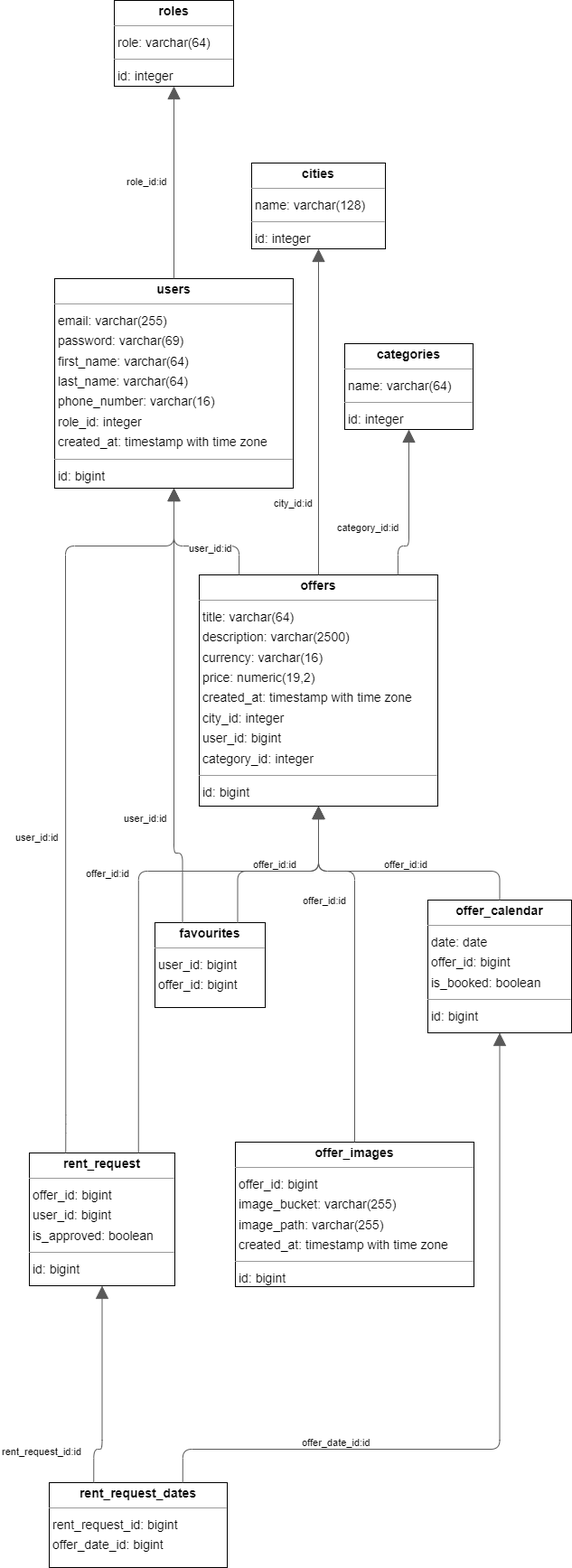
The draw.io diagram documentation/diagrams/DB.drawio.png in IgorPustylnik/TP-9.1, before a commit. Source tidied: cells renumbered, new cells last; positions are measured from the earlier drawing's top-left corner, leaving out a move shared by most shapes.
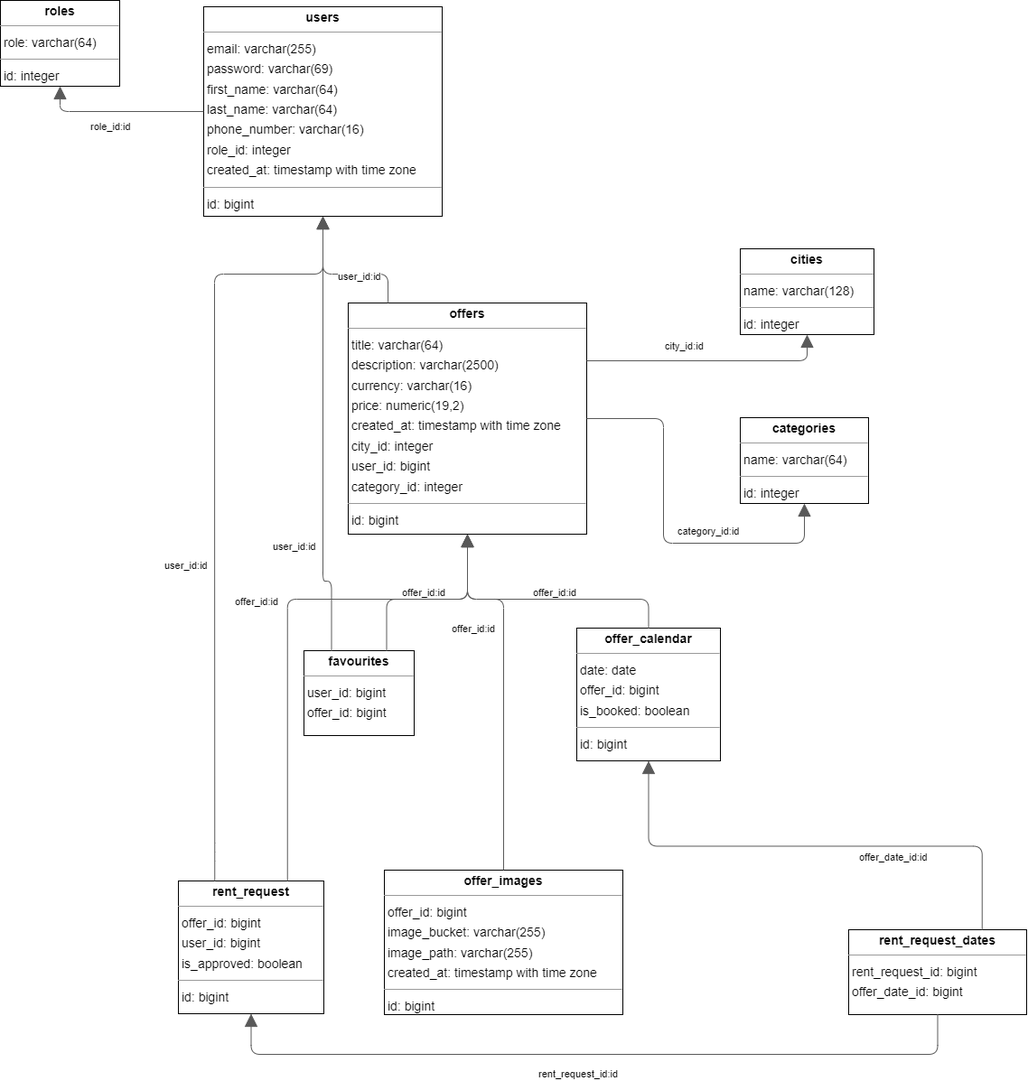
After the commit.

Commit message:
[DOM-307] Add diagrams to course project and fill some paragraphs

Change to the diagram source:
```diff
@@ -3,10 +3,10 @@
     <mxCell id="0" />
     <mxCell id="1" parent="0" />
     <mxCell id="2" value="&lt;p style=&quot;margin:0px;margin-top:4px;text-align:center;&quot;&gt;&lt;b&gt;categories&lt;/b&gt;&lt;/p&gt;&lt;hr size=&quot;1&quot;/&gt;&lt;p style=&quot;margin:0 0 0 4px;line-height:1.6;&quot;&gt; name: varchar(64)&lt;/p&gt;&lt;hr size=&quot;1&quot;/&gt;&lt;p style=&quot;margin:0 0 0 4px;line-height:1.6;&quot;&gt; id: integer&lt;/p&gt;" style="verticalAlign=top;align=left;overflow=fill;fontSize=14;fontFamily=Helvetica;html=1;rounded=0;shadow=0;comic=0;labelBackgroundColor=none;strokeWidth=1;" parent="1" vertex="1">
-      <mxGeometry x="381" y="380" width="142" height="95" as="geometry" />
+      <mxGeometry x="654" y="763" width="142" height="95" as="geometry" />
     </mxCell>
     <mxCell id="3" value="&lt;p style=&quot;margin:0px;margin-top:4px;text-align:center;&quot;&gt;&lt;b&gt;cities&lt;/b&gt;&lt;/p&gt;&lt;hr size=&quot;1&quot;/&gt;&lt;p style=&quot;margin:0 0 0 4px;line-height:1.6;&quot;&gt; name: varchar(128)&lt;/p&gt;&lt;hr size=&quot;1&quot;/&gt;&lt;p style=&quot;margin:0 0 0 4px;line-height:1.6;&quot;&gt; id: integer&lt;/p&gt;" style="verticalAlign=top;align=left;overflow=fill;fontSize=14;fontFamily=Helvetica;html=1;rounded=0;shadow=0;comic=0;labelBackgroundColor=none;strokeWidth=1;" parent="1" vertex="1">
-      <mxGeometry x="278" y="180" width="148" height="95" as="geometry" />
+      <mxGeometry x="654" y="576" width="148" height="95" as="geometry" />
     </mxCell>
     <mxCell id="4" value="&lt;p style=&quot;margin:0px;margin-top:4px;text-align:center;&quot;&gt;&lt;b&gt;favourites&lt;/b&gt;&lt;/p&gt;&lt;hr size=&quot;1&quot;/&gt;&lt;p style=&quot;margin:0 0 0 4px;line-height:1.6;&quot;&gt; user_id: bigint&lt;br/&gt; offer_id: bigint&lt;/p&gt;" style="verticalAlign=top;align=left;overflow=fill;fontSize=14;fontFamily=Helvetica;html=1;rounded=0;shadow=0;comic=0;labelBackgroundColor=none;strokeWidth=1;" parent="1" vertex="1">
       <mxGeometry x="171" y="1021" width="122" height="94" as="geometry" />
@@ -24,10 +24,10 @@
       <mxGeometry x="32" y="1276" width="161" height="147" as="geometry" />
     </mxCell>
     <mxCell id="9" value="&lt;p style=&quot;margin:0px;margin-top:4px;text-align:center;&quot;&gt;&lt;b&gt;rent_request_dates&lt;/b&gt;&lt;/p&gt;&lt;hr size=&quot;1&quot;/&gt;&lt;p style=&quot;margin:0 0 0 4px;line-height:1.6;&quot;&gt; rent_request_id: bigint&lt;br/&gt; offer_date_id: bigint&lt;/p&gt;" style="verticalAlign=top;align=left;overflow=fill;fontSize=14;fontFamily=Helvetica;html=1;rounded=0;shadow=0;comic=0;labelBackgroundColor=none;strokeWidth=1;" parent="1" vertex="1">
-      <mxGeometry x="54" y="1641" width="197" height="94" as="geometry" />
+      <mxGeometry x="774" y="1330" width="197" height="94" as="geometry" />
     </mxCell>
     <mxCell id="10" value="&lt;p style=&quot;margin:0px;margin-top:4px;text-align:center;&quot;&gt;&lt;b&gt;roles&lt;/b&gt;&lt;/p&gt;&lt;hr size=&quot;1&quot;/&gt;&lt;p style=&quot;margin:0 0 0 4px;line-height:1.6;&quot;&gt; role: varchar(64)&lt;/p&gt;&lt;hr size=&quot;1&quot;/&gt;&lt;p style=&quot;margin:0 0 0 4px;line-height:1.6;&quot;&gt; id: integer&lt;/p&gt;" style="verticalAlign=top;align=left;overflow=fill;fontSize=14;fontFamily=Helvetica;html=1;rounded=0;shadow=0;comic=0;labelBackgroundColor=none;strokeWidth=1;" parent="1" vertex="1">
-      <mxGeometry x="126" width="132" height="95" as="geometry" />
+      <mxGeometry x="-165" y="301" width="132" height="95" as="geometry" />
     </mxCell>
     <mxCell id="11" value="&lt;p style=&quot;margin:0px;margin-top:4px;text-align:center;&quot;&gt;&lt;b&gt;users&lt;/b&gt;&lt;/p&gt;&lt;hr size=&quot;1&quot;/&gt;&lt;p style=&quot;margin:0 0 0 4px;line-height:1.6;&quot;&gt; email: varchar(255)&lt;br/&gt; password: varchar(69)&lt;br/&gt; first_name: varchar(64)&lt;br/&gt; last_name: varchar(64)&lt;br/&gt; phone_number: varchar(16)&lt;br/&gt; role_id: integer&lt;br/&gt; created_at: timestamp with time zone&lt;/p&gt;&lt;hr size=&quot;1&quot;/&gt;&lt;p style=&quot;margin:0 0 0 4px;line-height:1.6;&quot;&gt; id: bigint&lt;/p&gt;" style="verticalAlign=top;align=left;overflow=fill;fontSize=14;fontFamily=Helvetica;html=1;rounded=0;shadow=0;comic=0;labelBackgroundColor=none;strokeWidth=1;" parent="1" vertex="1">
       <mxGeometry x="60" y="308" width="264" height="232" as="geometry" />
@@ -76,22 +76,17 @@
     <mxCell id="19" value="offer_id:id" style="edgeLabel;html=1;align=left;verticalAlign=top;strokeColor=default;" parent="18" vertex="1">
       <mxGeometry x="170" y="796" as="geometry" />
     </mxCell>
-    <mxCell id="20" style="html=1;rounded=1;edgeStyle=orthogonalEdgeStyle;dashed=0;startArrow=none;endArrow=block;endSize=12;strokeColor=#595959;exitX=0.833;exitY=0.000;exitDx=0;exitDy=0;entryX=0.500;entryY=1.000;entryDx=0;entryDy=0;" parent="1" edge="1" source="7" target="2">
-      <mxGeometry relative="1" as="geometry">
-        <Array as="points">
-          <mxPoint x="440" y="604" />
-          <mxPoint x="452" y="604" />
-        </Array>
-      </mxGeometry>
+    <mxCell id="20" style="html=1;rounded=1;dashed=0;startArrow=none;endArrow=block;endSize=12;strokeColor=#595959;exitX=1;exitY=0.5;exitDx=0;exitDy=0;entryX=0.500;entryY=1.000;entryDx=0;entryDy=0;edgeStyle=orthogonalEdgeStyle;" parent="1" edge="1" source="7" target="2">
+      <mxGeometry relative="1" as="geometry" />
     </mxCell>
     <mxCell id="21" value="category_id:id" style="edgeLabel;html=1;align=left;verticalAlign=top;strokeColor=default;" parent="20" vertex="1">
-      <mxGeometry x="208" y="383" as="geometry" />
+      <mxGeometry x="420" y="688" as="geometry" />
     </mxCell>
-    <mxCell id="22" style="html=1;rounded=1;edgeStyle=orthogonalEdgeStyle;dashed=0;startArrow=none;endArrow=block;endSize=12;strokeColor=#595959;exitX=0.500;exitY=0.000;exitDx=0;exitDy=0;entryX=0.500;entryY=1.001;entryDx=0;entryDy=0;" parent="1" edge="1" source="7" target="3">
+    <mxCell id="22" style="html=1;rounded=1;edgeStyle=orthogonalEdgeStyle;dashed=0;startArrow=none;endArrow=block;endSize=12;strokeColor=#595959;entryX=0.500;entryY=1.001;entryDx=0;entryDy=0;exitX=1;exitY=0.25;exitDx=0;exitDy=0;" parent="1" edge="1" source="7" target="3">
       <mxGeometry relative="1" as="geometry" />
     </mxCell>
     <mxCell id="23" value="city_id:id" style="edgeLabel;html=1;align=left;verticalAlign=top;strokeColor=default;" parent="22" vertex="1">
-      <mxGeometry x="138" y="356" as="geometry" />
+      <mxGeometry x="406" y="483" as="geometry" />
     </mxCell>
     <mxCell id="24" style="html=1;rounded=1;edgeStyle=orthogonalEdgeStyle;dashed=0;startArrow=none;endArrow=block;endSize=12;strokeColor=#595959;exitX=0.167;exitY=0.000;exitDx=0;exitDy=0;entryX=0.500;entryY=1.000;entryDx=0;entryDy=0;" parent="1" edge="1" source="7" target="11">
       <mxGeometry relative="1" as="geometry">
@@ -128,33 +123,30 @@
     <mxCell id="29" value="user_id:id" style="edgeLabel;html=1;align=left;verticalAlign=top;strokeColor=default;" parent="28" vertex="1">
       <mxGeometry x="-148" y="726" as="geometry" />
     </mxCell>
-    <mxCell id="30" style="html=1;rounded=1;edgeStyle=orthogonalEdgeStyle;dashed=0;startArrow=none;endArrow=block;endSize=12;strokeColor=#595959;exitX=0.750;exitY=0.000;exitDx=0;exitDy=0;entryX=0.500;entryY=1.000;entryDx=0;entryDy=0;" parent="1" edge="1" source="9" target="5">
-      <mxGeometry relative="1" as="geometry">
-        <Array as="points">
-          <mxPoint x="201" y="1604" />
-          <mxPoint x="552" y="1604" />
-        </Array>
-      </mxGeometry>
+    <mxCell id="30" style="html=1;rounded=1;dashed=0;startArrow=none;endArrow=block;endSize=12;strokeColor=#595959;exitX=0.750;exitY=0.000;exitDx=0;exitDy=0;entryX=0.500;entryY=1.000;entryDx=0;entryDy=0;edgeStyle=elbowEdgeStyle;elbow=vertical;" parent="1" edge="1" source="9" target="5">
+      <mxGeometry relative="1" as="geometry" />
     </mxCell>
     <mxCell id="31" value="offer_date_id:id" style="edgeLabel;html=1;align=left;verticalAlign=top;strokeColor=default;" parent="30" vertex="1">
-      <mxGeometry x="169" y="1396" as="geometry" />
+      <mxGeometry x="621" y="1049" as="geometry" />
     </mxCell>
-    <mxCell id="32" style="html=1;rounded=1;edgeStyle=orthogonalEdgeStyle;dashed=0;startArrow=none;endArrow=block;endSize=12;strokeColor=#595959;exitX=0.250;exitY=0.000;exitDx=0;exitDy=0;entryX=0.500;entryY=1.000;entryDx=0;entryDy=0;" parent="1" edge="1" source="9" target="8">
+    <mxCell id="32" style="html=1;rounded=1;dashed=0;startArrow=none;endArrow=block;endSize=12;strokeColor=#595959;exitX=0.5;exitY=1;exitDx=0;exitDy=0;entryX=0.500;entryY=1.000;entryDx=0;entryDy=0;elbow=vertical;edgeStyle=orthogonalEdgeStyle;" parent="1" edge="1" source="9" target="8">
       <mxGeometry relative="1" as="geometry">
         <Array as="points">
-          <mxPoint x="103" y="1604" />
-          <mxPoint x="112" y="1604" />
+          <mxPoint x="872" y="1468" />
+          <mxPoint x="112" y="1468" />
         </Array>
       </mxGeometry>
     </mxCell>
     <mxCell id="33" value="rent_request_id:id" style="edgeLabel;html=1;align=left;verticalAlign=top;strokeColor=default;" parent="32" vertex="1">
-      <mxGeometry x="-163" y="1406" as="geometry" />
+      <mxGeometry x="266" y="1289" as="geometry" />
     </mxCell>
-    <mxCell id="34" style="html=1;rounded=1;edgeStyle=orthogonalEdgeStyle;dashed=0;startArrow=none;endArrow=block;endSize=12;strokeColor=#595959;exitX=0.500;exitY=0.000;exitDx=0;exitDy=0;entryX=0.500;entryY=1.000;entryDx=0;entryDy=0;" parent="1" edge="1" source="11" target="10">
+    <mxCell id="34" style="html=1;rounded=1;edgeStyle=orthogonalEdgeStyle;dashed=0;startArrow=none;endArrow=block;endSize=12;strokeColor=#595959;exitX=0;exitY=0.5;exitDx=0;exitDy=0;entryX=0.500;entryY=1.000;entryDx=0;entryDy=0;" parent="1" edge="1" source="11" target="10">
       <mxGeometry relative="1" as="geometry" />
     </mxCell>
     <mxCell id="35" value="role_id:id" style="edgeLabel;html=1;align=left;verticalAlign=top;strokeColor=default;" parent="34" vertex="1">
-      <mxGeometry x="-25" as="geometry" />
+      <mxGeometry x="-224" y="255" as="geometry">
+        <mxPoint x="-6" y="-15" as="offset" />
+      </mxGeometry>
     </mxCell>
   </root>
 </mxGraphModel>
```
